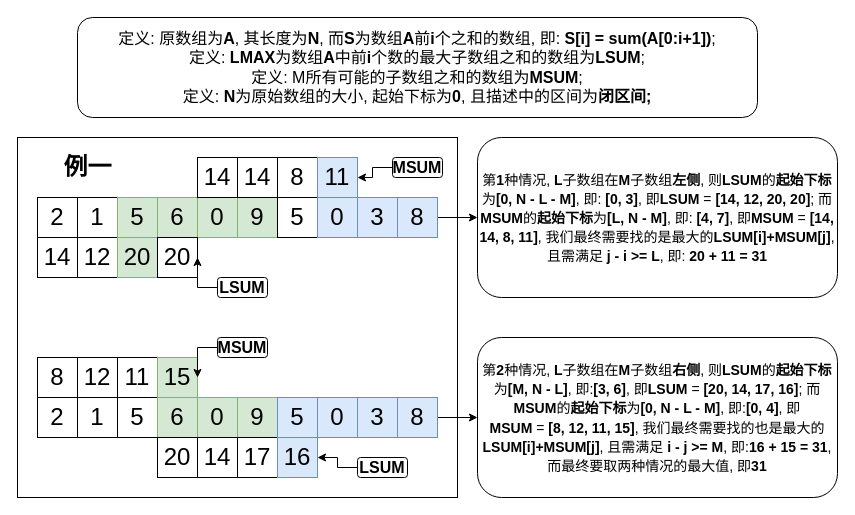
Earlier version of the draw.io diagram leetcode/001001_001100/001031_maximum_sum_of_two_non_overlapping_subarrays/maximum_sum_of_two_non_overlapping_subarrays.drawio (winnochan/oj). Source tidied: cells renumbered, new cells numbered last; positions are measured from the earlier drawing's top-left corner, leaving out a move shared by most shapes. Both pictures are drawn from the tidied source at 100%, with x=0, y=0 at pixel (17, 17).
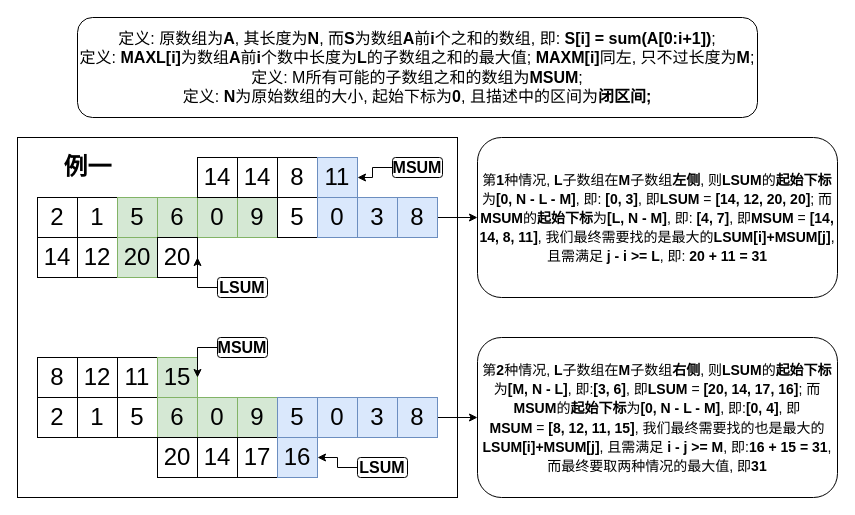
After the change.

Diff of the diagram source:
```diff
@@
-    <mxCell id="44" value="定义: 原数组为&lt;b&gt;A&lt;/b&gt;, 其长度为&lt;b&gt;N&lt;/b&gt;, 而&lt;b&gt;S&lt;/b&gt;为数组&lt;b&gt;A&lt;/b&gt;前&lt;b&gt;i&lt;/b&gt;个之和的数组, 即: &lt;b&gt;S[i] = sum(A[0:i+1])&lt;/b&gt;;&lt;br&gt;定义: &lt;b&gt;LMAX&lt;/b&gt;为数组&lt;b&gt;A&lt;/b&gt;中前&lt;b&gt;i&lt;/b&gt;个数的最大子数组之和的数组为&lt;b&gt;LSUM&lt;/b&gt;;&lt;br&gt;定义: M所有可能的子数组之和的数组为&lt;b&gt;M&lt;/b&gt;&lt;b&gt;SUM&lt;/b&gt;;&lt;br&gt;定义:&amp;nbsp;&lt;b&gt;N&lt;/b&gt;为原始数组的大小, 起始下标为&lt;b&gt;0&lt;/b&gt;, 且描述中的区间为&lt;b&gt;闭区间;&lt;/b&gt;" style="rounded=1;whiteSpace=wrap;html=1;fontSize=16;" parent="1" vertex="1">
+    <mxCell id="44" value="定义: 原数组为&lt;b&gt;A&lt;/b&gt;, 其长度为&lt;b&gt;N&lt;/b&gt;, 而&lt;b&gt;S&lt;/b&gt;为数组&lt;b&gt;A&lt;/b&gt;前&lt;b&gt;i&lt;/b&gt;个之和的数组, 即: &lt;b&gt;S[i] = sum(A[0:i+1])&lt;/b&gt;;&lt;br&gt;定义: &lt;b&gt;MAXL[i]&lt;/b&gt;为数组&lt;b&gt;A&lt;/b&gt;前&lt;b&gt;i&lt;/b&gt;个数中长度为&lt;b&gt;L&lt;/b&gt;的子数组之和的最大值;&amp;nbsp;&lt;b&gt;MAXM[i]&lt;/b&gt;同左, 只不过长度为&lt;b&gt;M&lt;/b&gt;;&lt;br&gt;定义: M所有可能的子数组之和的数组为&lt;b&gt;M&lt;/b&gt;&lt;b&gt;SUM&lt;/b&gt;;&lt;br&gt;定义:&amp;nbsp;&lt;b&gt;N&lt;/b&gt;为原始数组的大小, 起始下标为&lt;b&gt;0&lt;/b&gt;, 且描述中的区间为&lt;b&gt;闭区间;&lt;/b&gt;" style="rounded=1;whiteSpace=wrap;html=1;fontSize=16;" parent="1" vertex="1">
       <mxGeometry x="60" width="680" height="100" as="geometry" />
     </mxCell>
```
